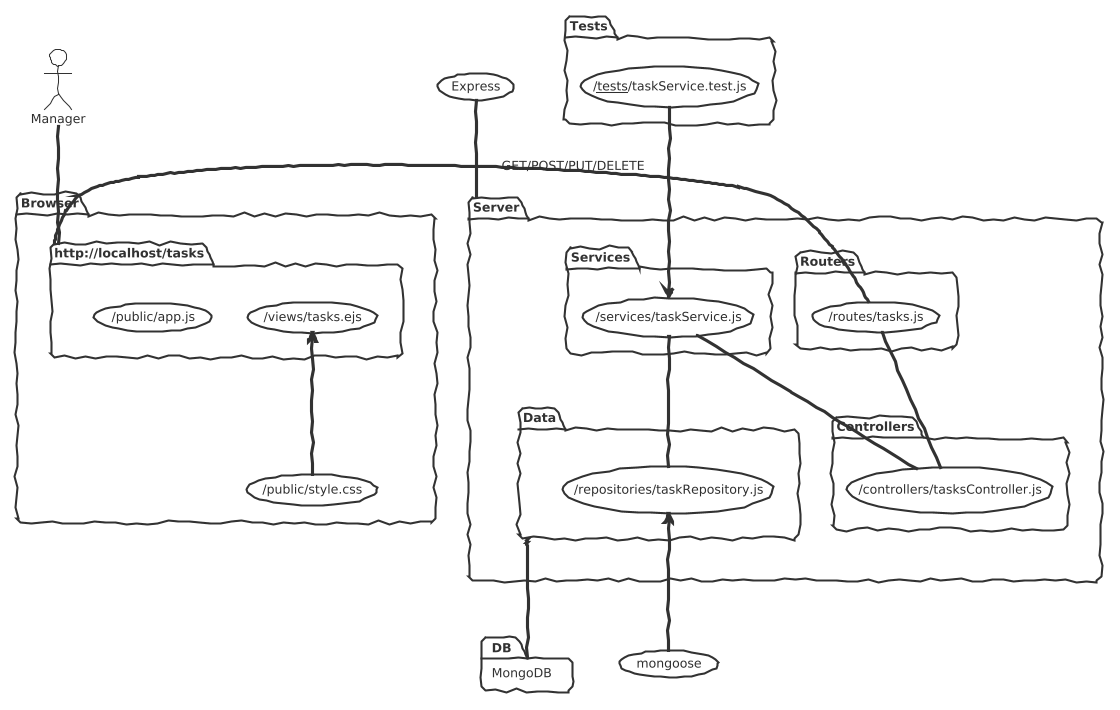
Before: private/diagram.png, a diagram exported from PlantUML (johnemilian/CS326-Group16-project).
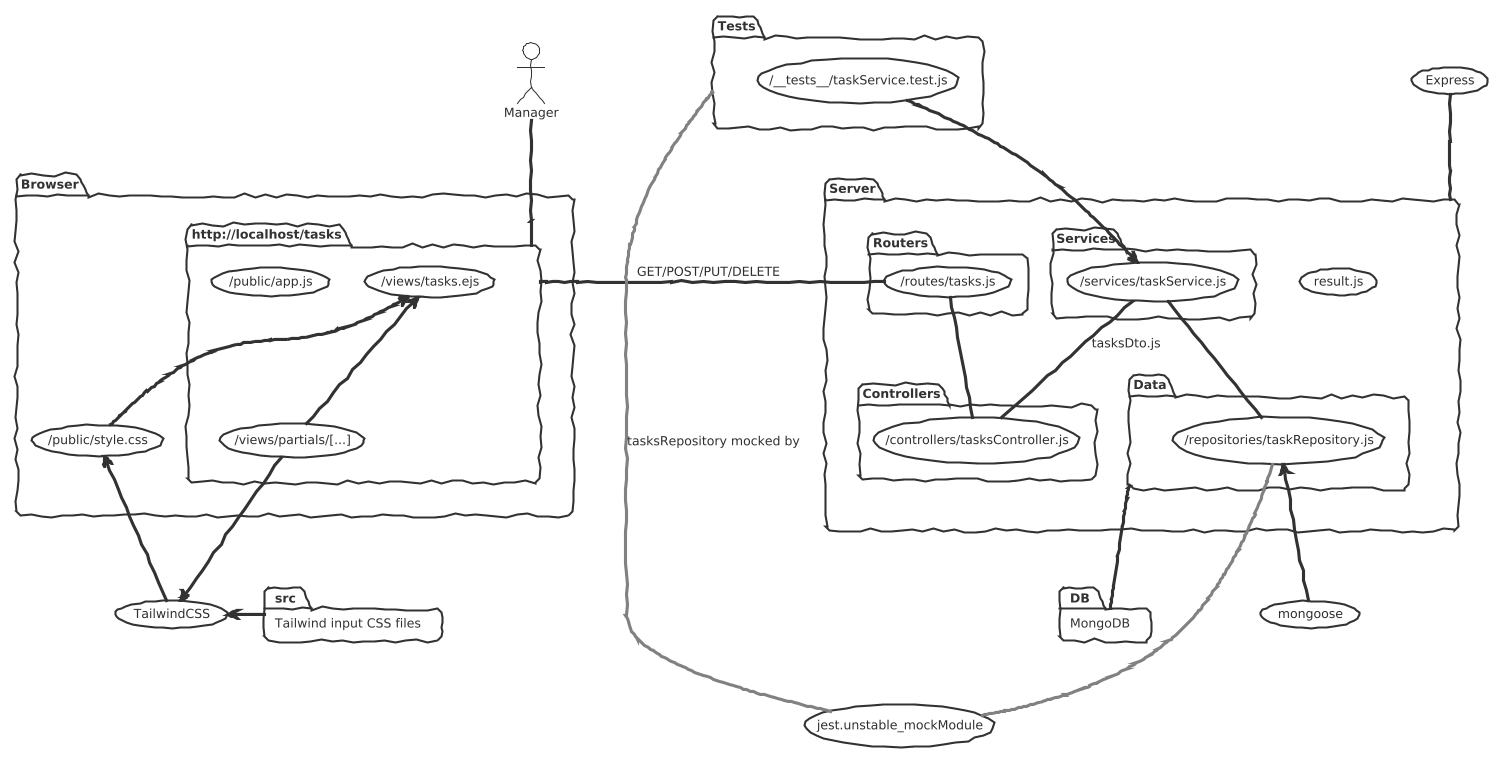
After the commit.

What changed in the source:
```diff
@@ -2,9 +2,11 @@
 !theme sketchy-outline
 :Manager: as U1
 (mongoose)
+
 package "Browser" {
 
 package "http://localhost/tasks" as tasksPage {
+  (/views/partials/[...]) as partials
   (/views/tasks.ejs) as TV
   (/public/app.js) as client
 }
@@ -13,10 +15,11 @@
 }
 
 package "Tests" {
-  (/__tests__/taskService.test.js) as TST
+  (/~__tests__/taskService.test.js) as TST
 }
 
 package "Server" as ES {
+
 
 package "Routers" {
 (/routes/tasks.js) as TRou
@@ -30,6 +33,8 @@
 (/services/taskService.js) as TS
 }
 
+(result.js)
+
 package "Data" {
 (/repositories/taskRepository.js) as TRep
 }
@@ -37,16 +42,29 @@
 package "MongoDB" as DB {
 
 }
-(Express)
+package "Tailwind input CSS files" as src {
 
 }
-TST --> TS
+
+(Express)
+(TailwindCSS) as TW
+
+(jest.unstable_mockModule) as mock
+
+partials -up-> TV
+src -left-> TW
+TW -up-> CSS
+partials --> TW
+client -[hidden]right-> TV
+TRou -left- tasksPage : GET/POST/PUT/DELETE
+TST -down-> TS
 U1 -- tasksPage
 Express -down- ES
 mongoose -up-> TRep
+Tests -[#gray]right- mock : tasksRepository mocked by
 TRou -down- TC
-TS -down- TC
+TS -down- TC : tasksDto.js
 TS -down- TRep
-tasksPage -right- TRou : GET/POST/PUT/DELETE
+TRep -[#gray]-- mock
 Data -down- DB
 @enduml
```
